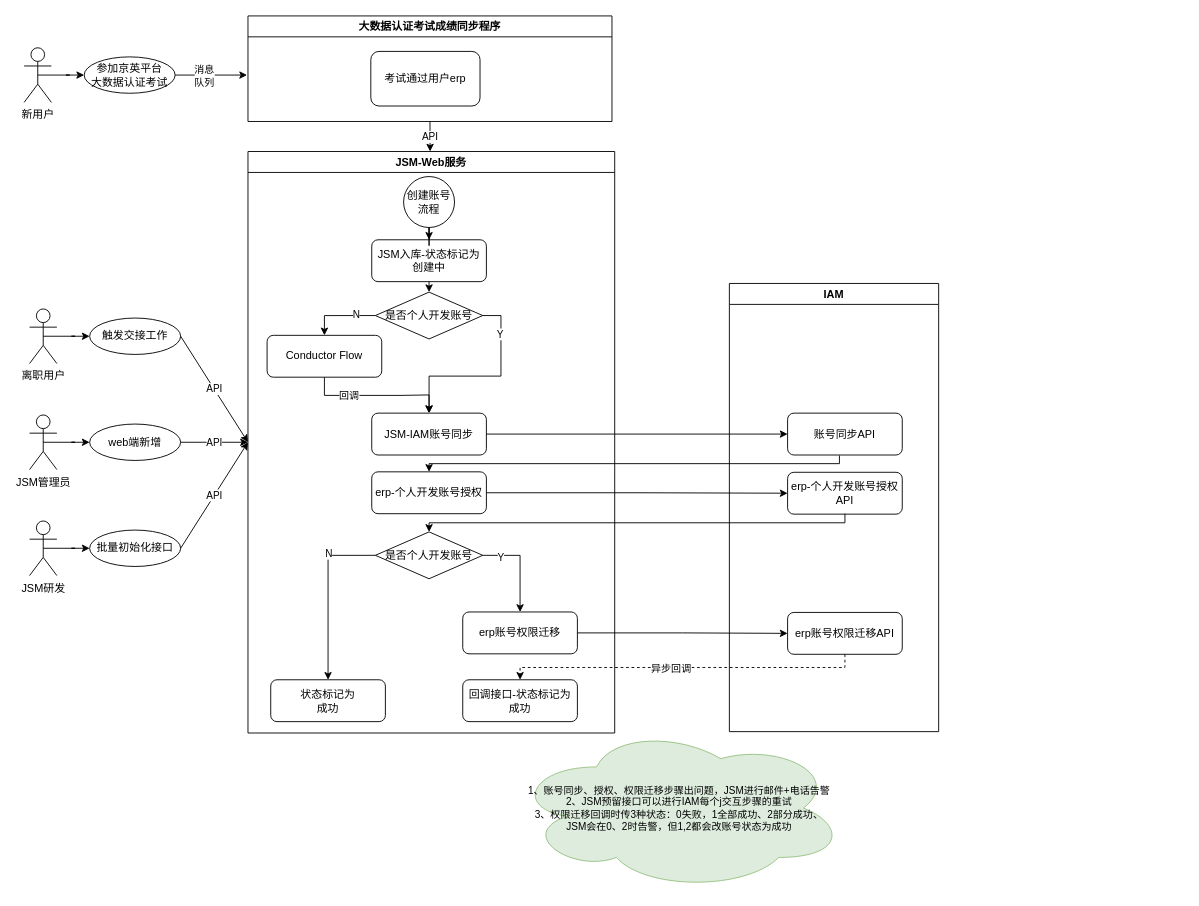
aliang9585/drawer keeps this draw.io diagram as Untitled Diagram.drawio. Above is the earlier version. Source tidied: cells renumbered, new cells numbered last; positions are measured from the earlier drawing's top-left corner, leaving out a move shared by most shapes. Both pictures are drawn from the tidied source at 91%, with x=0, y=0 at pixel (24, 15).
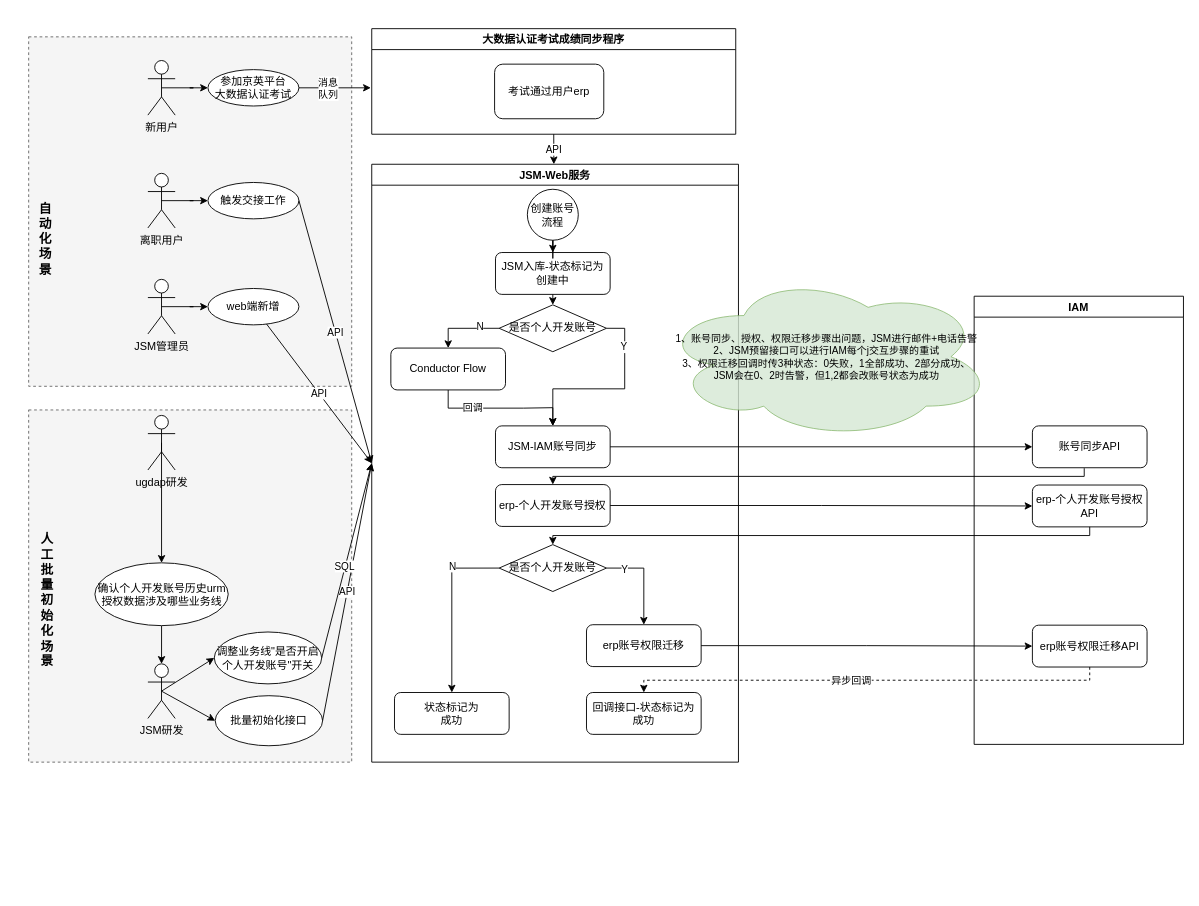
The same page after the edit.

The change refers to these unchanged cells:
```xml
<mxCell id="27" value="是否个人开发账号" style="rhombus;whiteSpace=wrap;html=1;" parent="10" vertex="1">
  <mxGeometry x="140" y="418" width="118" height="51.5" as="geometry" />
</mxCell>
<mxCell id="35" value="erp-个人开发账号授权API" style="rounded=1;whiteSpace=wrap;html=1;" parent="33" vertex="1">
  <mxGeometry x="64" y="207.5" width="126" height="46" as="geometry" />
</mxCell>
```

Change to the diagram source:
```diff
@@
+    <mxCell id="57" style="rounded=0;whiteSpace=wrap;html=1;dashed=1;fillColor=#f5f5f5;fontColor=#333333;strokeColor=#666666;" parent="1" vertex="1">
+      <mxGeometry x="5" y="433" width="355" height="387" as="geometry" />
+    </mxCell>
+    <mxCell id="58" style="rounded=0;whiteSpace=wrap;html=1;dashed=1;fillColor=#f5f5f5;fontColor=#333333;strokeColor=#666666;" parent="1" vertex="1">
+      <mxGeometry x="5" y="23" width="355" height="384" as="geometry" />
+    </mxCell>
@@
     <mxCell id="3" value="新用户" style="shape=umlActor;verticalLabelPosition=bottom;verticalAlign=top;html=1;" parent="1" vertex="1">
-      <mxGeometry y="35" width="30" height="60" as="geometry" />
+      <mxGeometry x="136" y="49" width="30" height="60" as="geometry" />
     </mxCell>
@@
     <mxCell id="5" value="离职用户" style="shape=umlActor;verticalLabelPosition=bottom;verticalAlign=top;html=1;" parent="1" vertex="1">
-      <mxGeometry x="6" y="322" width="30" height="60" as="geometry" />
+      <mxGeometry x="136" y="173" width="30" height="60" as="geometry" />
     </mxCell>
@@
     <mxCell id="7" value="JSM管理员" style="shape=umlActor;verticalLabelPosition=bottom;verticalAlign=top;html=1;" parent="1" vertex="1">
-      <mxGeometry x="6" y="438.5" width="30" height="60" as="geometry" />
+      <mxGeometry x="136" y="289.5" width="30" height="60" as="geometry" />
     </mxCell>
     <mxCell id="8" value="大数据认证考试成绩同步程序" style="swimlane;" parent="1" vertex="1">
-      <mxGeometry x="246" width="400" height="116" as="geometry" />
+      <mxGeometry x="382" y="14" width="400" height="116" as="geometry" />
     </mxCell>
@@
     <mxCell id="10" value="JSM-Web服务" style="swimlane;" parent="1" vertex="1">
-      <mxGeometry x="246" y="149" width="403" height="639" as="geometry" />
+      <mxGeometry x="382" y="163" width="403" height="657" as="geometry" />
     </mxCell>
@@
     <mxCell id="33" value="IAM" style="swimlane;" parent="1" vertex="1">
-      <mxGeometry x="775" y="294" width="230" height="492.5" as="geometry" />
+      <mxGeometry x="1044" y="308" width="230" height="492.5" as="geometry" />
     </mxCell>
@@
     <mxCell id="37" style="edgeStyle=orthogonalEdgeStyle;rounded=0;jettySize=auto;html=1;exitX=1;exitY=0.5;exitDx=0;exitDy=0;" parent="1" edge="1" source="39">
       <mxGeometry relative="1" as="geometry">
-        <mxPoint x="245" y="65" as="targetPoint" />
+        <mxPoint x="381" y="79" as="targetPoint" />
       </mxGeometry>
     </mxCell>
@@
     <mxCell id="39" value="参加京英平台&lt;br&gt;大数据认证考试" style="ellipse;whiteSpace=wrap;html=1;align=center;" parent="1" vertex="1">
-      <mxGeometry x="66" y="45" width="100" height="40" as="geometry" />
+      <mxGeometry x="202" y="59" width="100" height="40" as="geometry" />
     </mxCell>
     <mxCell id="40" value="触发交接工作" style="ellipse;whiteSpace=wrap;html=1;align=center;" parent="1" vertex="1">
-      <mxGeometry x="72" y="332" width="100" height="40" as="geometry" />
+      <mxGeometry x="202" y="183" width="100" height="40" as="geometry" />
     </mxCell>
     <mxCell id="41" value="web端新增" style="ellipse;whiteSpace=wrap;html=1;align=center;" parent="1" vertex="1">
-      <mxGeometry x="72" y="448.5" width="100" height="40" as="geometry" />
+      <mxGeometry x="202" y="299.5" width="100" height="40" as="geometry" />
     </mxCell>
-    <mxCell id="42" style="edgeStyle=orthogonalEdgeStyle;rounded=0;jettySize=auto;html=1;exitX=0.5;exitY=0.5;exitDx=0;exitDy=0;exitPerimeter=0;" parent="1" edge="1" source="43" target="44">
+    <mxCell id="42" style="rounded=0;jettySize=auto;html=1;exitX=0.5;exitY=0.5;exitDx=0;exitDy=0;exitPerimeter=0;entryX=0;entryY=0.5;entryDx=0;entryDy=0;" parent="1" edge="1" source="43" target="44">
       <mxGeometry relative="1" as="geometry" />
     </mxCell>
-    <mxCell id="43" value="JSM研发" style="shape=umlActor;verticalLabelPosition=bottom;verticalAlign=top;html=1;" parent="1" vertex="1">
-      <mxGeometry x="6" y="555" width="30" height="60" as="geometry" />
-    </mxCell>
     <mxCell id="44" value="批量初始化接口" style="ellipse;whiteSpace=wrap;html=1;align=center;" parent="1" vertex="1">
-      <mxGeometry x="72" y="565" width="100" height="40" as="geometry" />
+      <mxGeometry x="210" y="747" width="118" height="55" as="geometry" />
     </mxCell>
@@
     <mxCell id="49" value="1、账号同步、授权、权限迁移步骤出问题，JSM进行邮件+电话告警&lt;br&gt;2、JSM预留接口可以进行IAM每个j交互步骤的重试&lt;br&gt;3、权限迁移回调时传3种状态：0失败，1全部成功、2部分成功、&lt;br&gt;JSM会在0、2时告警，但1,2都会改账号状态为成功" style="ellipse;shape=cloud;whiteSpace=wrap;html=1;fontSize=11;fillColor=#d5e8d4;strokeColor=#82b366;opacity=80;" parent="1" vertex="1">
-      <mxGeometry x="538" y="780" width="364" height="181" as="geometry" />
+      <mxGeometry x="700" y="284" width="364" height="181" as="geometry" />
     </mxCell>
@@
-    <mxCell id="53" style="edgeStyle=elbowEdgeStyle;rounded=0;jettySize=auto;html=1;entryX=0.5;entryY=0;entryDx=0;entryDy=0;elbow=vertical;" parent="1" edge="1" target="27">
-      <mxGeometry relative="1" as="geometry">
-        <mxPoint x="902" y="547" as="sourcePoint" />
-      </mxGeometry>
+    <mxCell id="53" style="edgeStyle=elbowEdgeStyle;rounded=0;jettySize=auto;html=1;entryX=0.5;entryY=0;entryDx=0;entryDy=0;elbow=vertical;exitX=0.5;exitY=1;exitDx=0;exitDy=0;" parent="1" edge="1" source="35" target="27">
+      <mxGeometry relative="1" as="geometry" />
     </mxCell>
@@
+    <mxCell id="59" style="edgeStyle=none;rounded=0;jettySize=auto;html=1;exitX=0.5;exitY=0.5;exitDx=0;exitDy=0;exitPerimeter=0;fontSize=14;elbow=vertical;" parent="1" edge="1" source="60" target="63">
+      <mxGeometry relative="1" as="geometry" />
+    </mxCell>
+    <mxCell id="60" value="ugdap研发" style="shape=umlActor;verticalLabelPosition=bottom;verticalAlign=top;html=1;" parent="1" vertex="1">
+      <mxGeometry x="136" y="439" width="30" height="60" as="geometry" />
+    </mxCell>
+    <mxCell id="61" style="edgeStyle=none;rounded=0;jettySize=auto;html=1;exitX=0.5;exitY=0.5;exitDx=0;exitDy=0;exitPerimeter=0;entryX=0;entryY=0.5;entryDx=0;entryDy=0;elbow=vertical;" parent="1" edge="1" source="43" target="66">
+      <mxGeometry relative="1" as="geometry" />
+    </mxCell>
+    <mxCell id="43" value="JSM研发" style="shape=umlActor;verticalLabelPosition=bottom;verticalAlign=top;html=1;" parent="1" vertex="1">
+      <mxGeometry x="136" y="712" width="30" height="60" as="geometry" />
+    </mxCell>
+    <mxCell id="62" style="edgeStyle=none;rounded=0;jettySize=auto;html=1;exitX=0.5;exitY=1;exitDx=0;exitDy=0;fontSize=14;elbow=vertical;" parent="1" edge="1" source="63" target="43">
+      <mxGeometry relative="1" as="geometry" />
+    </mxCell>
+    <mxCell id="63" value="确认个人开发账号历史urm授权数据涉及哪些业务线" style="ellipse;whiteSpace=wrap;html=1;align=center;" parent="1" vertex="1">
+      <mxGeometry x="77.8" y="601" width="146.5" height="69" as="geometry" />
+    </mxCell>
+    <mxCell id="64" style="edgeStyle=none;rounded=0;jettySize=auto;html=1;exitX=1;exitY=0.5;exitDx=0;exitDy=0;entryX=0;entryY=0.5;entryDx=0;entryDy=0;elbow=vertical;" parent="1" edge="1" source="66" target="10">
+      <mxGeometry relative="1" as="geometry" />
+    </mxCell>
+    <mxCell id="65" value="SQL" style="edgeLabel;html=1;align=center;verticalAlign=middle;" parent="64" vertex="1">
+      <mxGeometry x="-0.06" y="1" relative="1" as="geometry" />
+    </mxCell>
+    <mxCell id="66" value="调整业务线&quot;是否开启个人开发账号&quot;开关" style="ellipse;whiteSpace=wrap;html=1;align=center;" parent="1" vertex="1">
+      <mxGeometry x="209" y="677" width="118" height="57" as="geometry" />
+    </mxCell>
+    <mxCell id="67" value="自动化场景" style="text;html=1;strokeColor=none;fillColor=none;align=center;verticalAlign=middle;whiteSpace=wrap;rounded=0;dashed=1;fontStyle=1;fontSize=14;" parent="1" vertex="1">
+      <mxGeometry x="12" y="173" width="23" height="144" as="geometry" />
+    </mxCell>
+    <mxCell id="68" value="人工&lt;br&gt;批量初始化场景" style="text;html=1;strokeColor=none;fillColor=none;align=center;verticalAlign=middle;whiteSpace=wrap;rounded=0;dashed=1;fontStyle=1;fontSize=14;" parent="1" vertex="1">
+      <mxGeometry x="14" y="570" width="23" height="144" as="geometry" />
+    </mxCell>
+    <mxCell id="69" style="edgeStyle=none;rounded=0;orthogonalLoop=1;jettySize=auto;html=1;exitX=0.5;exitY=1;exitDx=0;exitDy=0;fontSize=14;elbow=vertical;" parent="1" edge="1">
+      <mxGeometry relative="1" as="geometry">
+        <mxPoint x="182.5" y="868" as="sourcePoint" />
+        <mxPoint x="182.5" y="868" as="targetPoint" />
+      </mxGeometry>
+    </mxCell>
```
